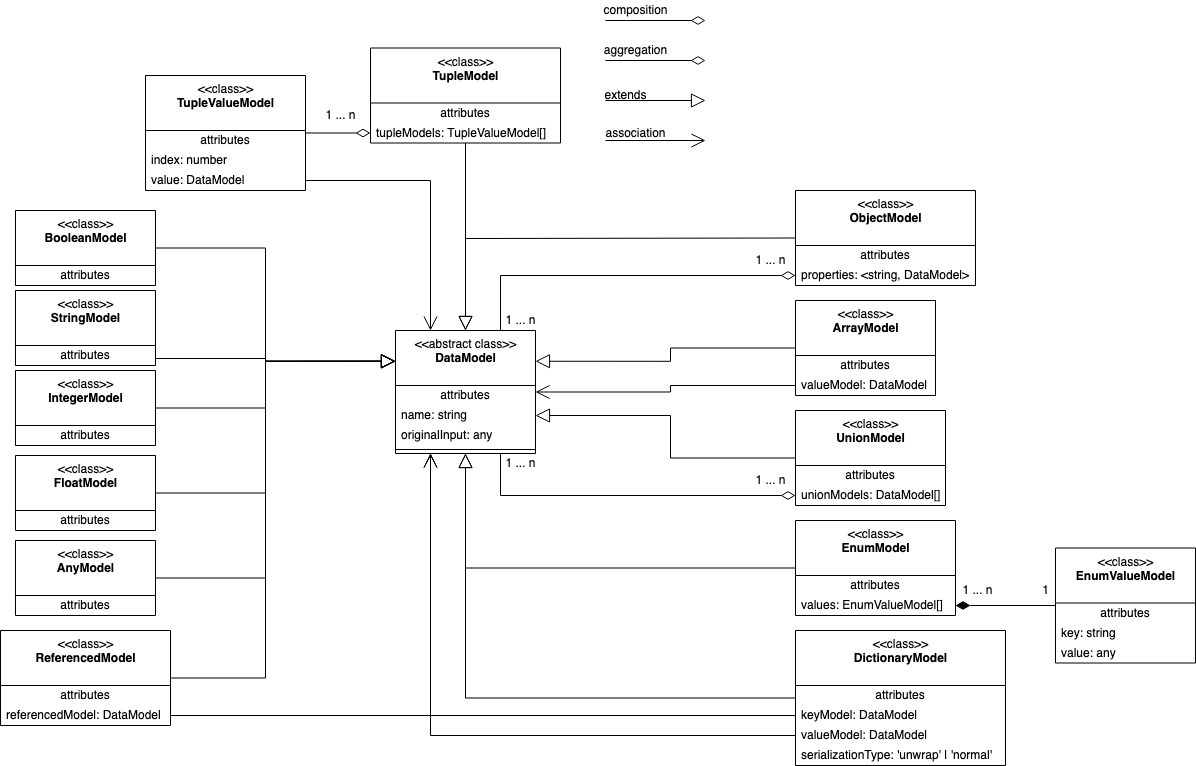
Above: docs/img/MetaModel.png in asyncapi/modelina (draw.io), before the change. Source tidied: cells renumbered, new cells last; positions are measured from the earlier drawing's top-left corner, leaving out a move shared by most shapes.
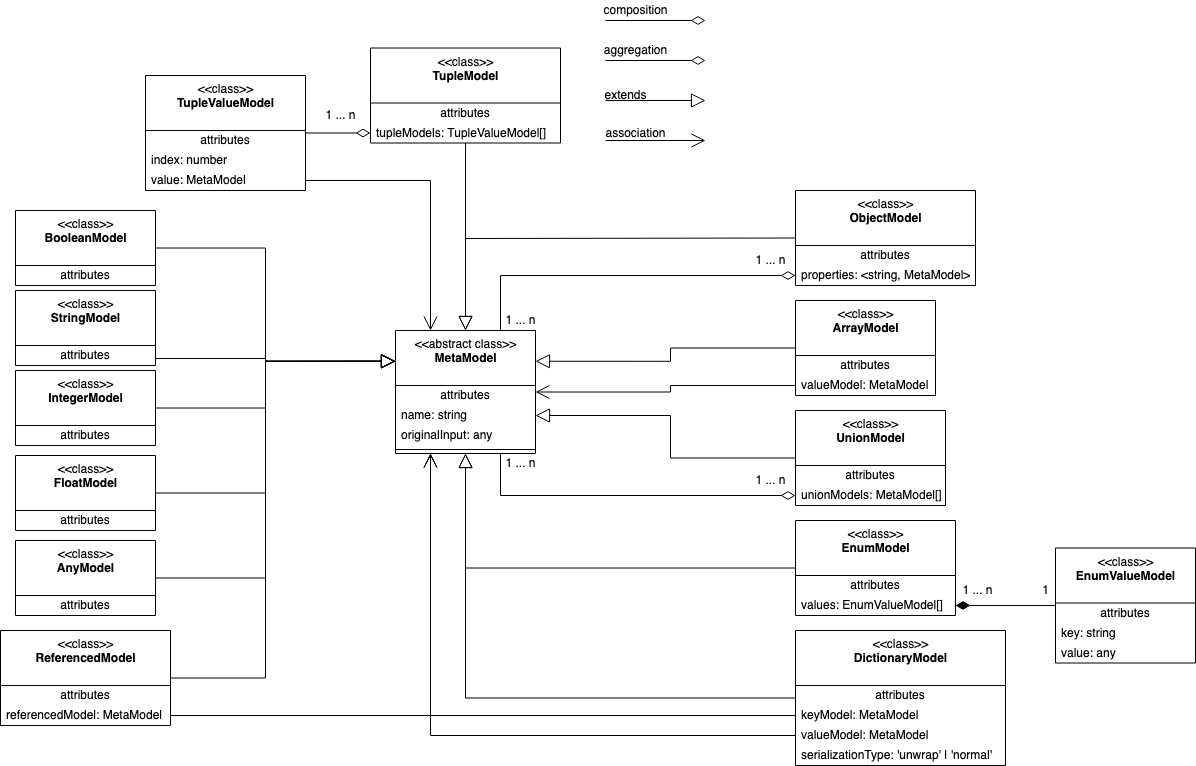
Above is the later version.

Change to the diagram source:
```diff
@@ -2,7 +2,7 @@
   <root>
     <mxCell id="0" />
     <mxCell id="1" parent="0" />
-    <mxCell id="2" value="&amp;lt;&amp;lt;abstract class&amp;gt;&amp;gt;&lt;br&gt;&lt;b&gt;DataModel&lt;/b&gt;" style="swimlane;fontStyle=0;align=center;verticalAlign=top;horizontal=1;startSize=55;html=1;" parent="1" vertex="1">
+    <mxCell id="2" value="&amp;lt;&amp;lt;abstract class&amp;gt;&amp;gt;&lt;br&gt;&lt;b&gt;MetaModel&lt;/b&gt;" style="swimlane;fontStyle=0;align=center;verticalAlign=top;horizontal=1;startSize=55;html=1;" parent="1" vertex="1">
       <mxGeometry x="395" y="330" width="140" height="123" as="geometry" />
     </mxCell>
     <mxCell id="3" value="attributes" style="text;html=1;strokeColor=none;fillColor=none;align=center;verticalAlign=middle;spacingLeft=4;spacingRight=4;overflow=hidden;" parent="2" vertex="1">
@@ -26,10 +26,10 @@
     <mxCell id="9" value="attributes" style="text;html=1;strokeColor=none;fillColor=none;align=center;verticalAlign=middle;spacingLeft=4;spacingRight=4;overflow=hidden;" parent="8" vertex="1">
       <mxGeometry y="55" width="210" height="20" as="geometry" />
     </mxCell>
-    <mxCell id="10" value="keyModel: DataModel" style="text;html=1;strokeColor=none;fillColor=none;align=left;verticalAlign=middle;spacingLeft=4;spacingRight=4;overflow=hidden;points=[[0,0.5],[1,0.5]];portConstraint=eastwest;" parent="8" vertex="1">
+    <mxCell id="10" value="keyModel: MetaModel" style="text;html=1;strokeColor=none;fillColor=none;align=left;verticalAlign=middle;spacingLeft=4;spacingRight=4;overflow=hidden;points=[[0,0.5],[1,0.5]];portConstraint=eastwest;" parent="8" vertex="1">
       <mxGeometry y="75" width="210" height="20" as="geometry" />
     </mxCell>
-    <mxCell id="11" value="valueModel: DataModel" style="text;html=1;strokeColor=none;fillColor=none;align=left;verticalAlign=middle;spacingLeft=4;spacingRight=4;overflow=hidden;points=[[0,0.5],[1,0.5]];portConstraint=eastwest;" parent="8" vertex="1">
+    <mxCell id="11" value="valueModel: MetaModel" style="text;html=1;strokeColor=none;fillColor=none;align=left;verticalAlign=middle;spacingLeft=4;spacingRight=4;overflow=hidden;points=[[0,0.5],[1,0.5]];portConstraint=eastwest;" parent="8" vertex="1">
       <mxGeometry y="95" width="210" height="20" as="geometry" />
     </mxCell>
     <mxCell id="12" value="serializationType: 'unwrap' | 'normal'" style="text;html=1;strokeColor=none;fillColor=none;align=left;verticalAlign=middle;spacingLeft=4;spacingRight=4;overflow=hidden;" parent="8" vertex="1">
@@ -57,7 +57,7 @@
     <mxCell id="16" value="attributes" style="text;html=1;strokeColor=none;fillColor=none;align=center;verticalAlign=middle;spacingLeft=4;spacingRight=4;overflow=hidden;" parent="15" vertex="1">
       <mxGeometry y="55" width="180" height="20" as="geometry" />
     </mxCell>
-    <mxCell id="17" value="properties: &amp;lt;string, DataModel&amp;gt;" style="text;html=1;strokeColor=none;fillColor=none;align=left;verticalAlign=middle;spacingLeft=4;spacingRight=4;overflow=hidden;points=[[0,0.5],[1,0.5]];portConstraint=eastwest;" parent="15" vertex="1">
+    <mxCell id="17" value="properties: &amp;lt;string, MetaModel&amp;gt;" style="text;html=1;strokeColor=none;fillColor=none;align=left;verticalAlign=middle;spacingLeft=4;spacingRight=4;overflow=hidden;points=[[0,0.5],[1,0.5]];portConstraint=eastwest;" parent="15" vertex="1">
       <mxGeometry y="75" width="180" height="20" as="geometry" />
     </mxCell>
     <mxCell id="18" style="edgeStyle=orthogonalEdgeStyle;rounded=0;jettySize=auto;html=1;endArrow=block;endFill=0;entryX=0;entryY=0.25;entryDx=0;entryDy=0;endSize=12;startSize=12;" parent="1" edge="1" source="19" target="2">
@@ -111,7 +111,7 @@
     <mxCell id="29" value="attributes" style="text;html=1;strokeColor=none;fillColor=none;align=center;verticalAlign=middle;spacingLeft=4;spacingRight=4;overflow=hidden;" parent="28" vertex="1">
       <mxGeometry y="55" width="150" height="20" as="geometry" />
     </mxCell>
-    <mxCell id="30" value="unionModels: DataModel[]" style="text;html=1;strokeColor=none;fillColor=none;align=left;verticalAlign=middle;spacingLeft=4;spacingRight=4;overflow=hidden;points=[[0,0.5],[1,0.5]];portConstraint=eastwest;" parent="28" vertex="1">
+    <mxCell id="30" value="unionModels: MetaModel[]" style="text;html=1;strokeColor=none;fillColor=none;align=left;verticalAlign=middle;spacingLeft=4;spacingRight=4;overflow=hidden;points=[[0,0.5],[1,0.5]];portConstraint=eastwest;" parent="28" vertex="1">
       <mxGeometry y="75" width="150" height="20" as="geometry" />
     </mxCell>
     <mxCell id="31" value="&amp;lt;&amp;lt;class&amp;gt;&amp;gt;&lt;br&gt;&lt;b&gt;EnumValueModel&lt;/b&gt;" style="swimlane;fontStyle=0;align=center;verticalAlign=top;horizontal=1;startSize=55;html=1;" parent="1" vertex="1">
@@ -147,7 +147,7 @@
     <mxCell id="41" value="index: number" style="text;html=1;strokeColor=none;fillColor=none;align=left;verticalAlign=middle;spacingLeft=4;spacingRight=4;overflow=hidden;" parent="39" vertex="1">
       <mxGeometry y="75" width="160" height="20" as="geometry" />
     </mxCell>
-    <mxCell id="42" value="value: DataModel" style="text;html=1;strokeColor=none;fillColor=none;align=left;verticalAlign=middle;spacingLeft=4;spacingRight=4;overflow=hidden;points=[[0,0.5],[1,0.5]];portConstraint=eastwest;" parent="39" vertex="1">
+    <mxCell id="42" value="value: MetaModel" style="text;html=1;strokeColor=none;fillColor=none;align=left;verticalAlign=middle;spacingLeft=4;spacingRight=4;overflow=hidden;points=[[0,0.5],[1,0.5]];portConstraint=eastwest;" parent="39" vertex="1">
       <mxGeometry y="95" width="160" height="20" as="geometry" />
     </mxCell>
     <mxCell id="43" style="edgeStyle=orthogonalEdgeStyle;rounded=0;jettySize=auto;html=1;endArrow=block;endFill=0;entryX=1;entryY=0.25;entryDx=0;entryDy=0;endSize=12;startSize=12;" parent="1" edge="1" source="44" target="2">
@@ -159,7 +159,7 @@
     <mxCell id="45" value="attributes" style="text;html=1;strokeColor=none;fillColor=none;align=center;verticalAlign=middle;spacingLeft=4;spacingRight=4;overflow=hidden;" parent="44" vertex="1">
       <mxGeometry y="55" width="140" height="20" as="geometry" />
     </mxCell>
-    <mxCell id="46" value="valueModel: DataModel" style="text;html=1;strokeColor=none;fillColor=none;align=left;verticalAlign=middle;spacingLeft=4;spacingRight=4;overflow=hidden;points=[[0,0.5],[1,0.5]];portConstraint=eastwest;" parent="44" vertex="1">
+    <mxCell id="46" value="valueModel: MetaModel" style="text;html=1;strokeColor=none;fillColor=none;align=left;verticalAlign=middle;spacingLeft=4;spacingRight=4;overflow=hidden;points=[[0,0.5],[1,0.5]];portConstraint=eastwest;" parent="44" vertex="1">
       <mxGeometry y="75" width="140" height="20" as="geometry" />
     </mxCell>
     <mxCell id="47" style="edgeStyle=orthogonalEdgeStyle;rounded=0;jettySize=auto;html=1;exitX=0;exitY=0.5;exitDx=0;exitDy=0;endArrow=none;endFill=0;startArrow=diamondThin;startFill=0;endSize=12;startSize=12;entryX=0.75;entryY=0;entryDx=0;entryDy=0;" parent="1" edge="1" source="17" target="2">
@@ -204,7 +204,7 @@
     <mxCell id="60" value="attributes" style="text;html=1;strokeColor=none;fillColor=none;align=center;verticalAlign=middle;spacingLeft=4;spacingRight=4;overflow=hidden;" parent="59" vertex="1">
       <mxGeometry y="55" width="170" height="20" as="geometry" />
     </mxCell>
-    <mxCell id="61" value="referencedModel: DataModel" style="text;html=1;strokeColor=none;fillColor=none;align=left;verticalAlign=middle;spacingLeft=4;spacingRight=4;overflow=hidden;points=[[0,0.5],[1,0.5]];portConstraint=eastwest;" parent="59" vertex="1">
+    <mxCell id="61" value="referencedModel: MetaModel" style="text;html=1;strokeColor=none;fillColor=none;align=left;verticalAlign=middle;spacingLeft=4;spacingRight=4;overflow=hidden;points=[[0,0.5],[1,0.5]];portConstraint=eastwest;" parent="59" vertex="1">
       <mxGeometry y="75" width="170" height="20" as="geometry" />
     </mxCell>
     <mxCell id="62" style="edgeStyle=orthogonalEdgeStyle;rounded=0;jettySize=auto;html=1;entryX=0;entryY=0.25;entryDx=0;entryDy=0;endArrow=block;endFill=0;endSize=12;startSize=12;exitX=1;exitY=0.5;exitDx=0;exitDy=0;" parent="1" edge="1" source="59" target="2">
```
